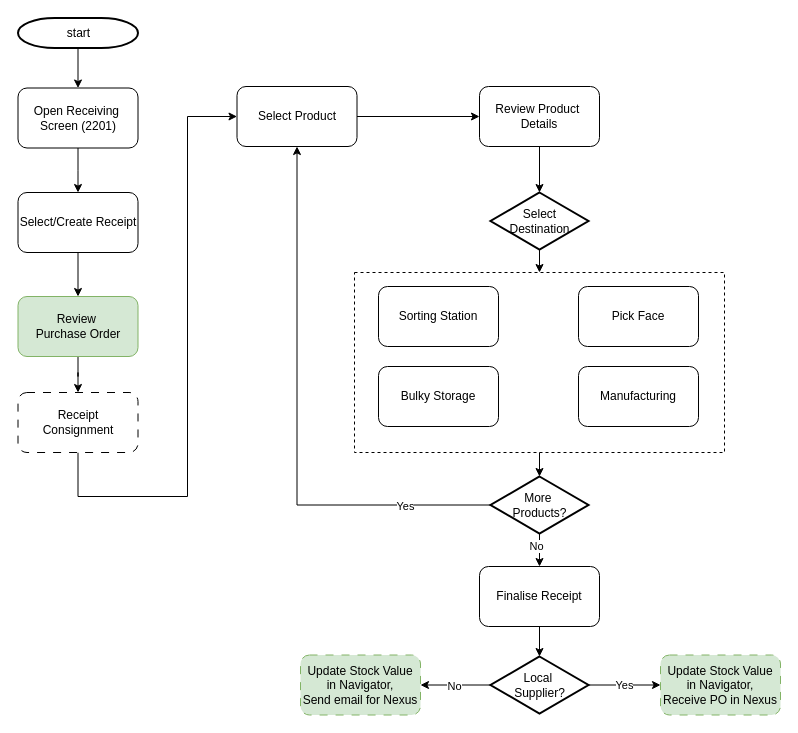
Before: Receiving.drawio in ZTomChen/NavigatorFlowcharts, a draw.io diagram. Source tidied: cells renumbered, new cells numbered last; positions are measured from the earlier drawing's top-left corner, leaving out a move shared by most shapes. Both pictures are drawn from the tidied source at 100%, with x=0, y=0 at pixel (18, 18).
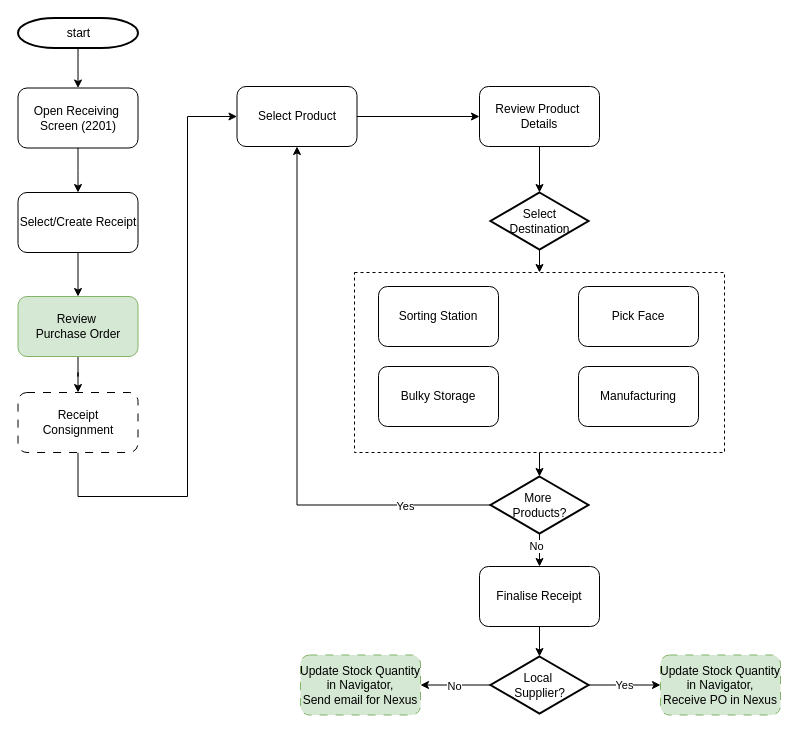
Above is the later version.

What changed in the source:
```diff
@@
-    <mxCell id="35" value="&lt;span style=&quot;text-wrap-mode: nowrap;&quot;&gt;Update Stock Value&lt;/span&gt;&lt;div&gt;&lt;span style=&quot;text-wrap-mode: nowrap;&quot;&gt;in Navigator,&lt;/span&gt;&lt;/div&gt;&lt;div&gt;&lt;span style=&quot;text-wrap-mode: nowrap;&quot;&gt;Send email for Nexus&lt;/span&gt;&lt;/div&gt;" style="rounded=1;whiteSpace=wrap;html=1;dashed=1;dashPattern=8 8;fillColor=#d5e8d4;strokeColor=#82b366;" parent="1" vertex="1">
+    <mxCell id="35" value="&lt;span style=&quot;text-wrap-mode: nowrap;&quot;&gt;Update Stock Quantity&lt;/span&gt;&lt;div&gt;&lt;span style=&quot;text-wrap-mode: nowrap;&quot;&gt;in Navigator,&lt;/span&gt;&lt;/div&gt;&lt;div&gt;&lt;span style=&quot;text-wrap-mode: nowrap;&quot;&gt;Send email for Nexus&lt;/span&gt;&lt;/div&gt;" style="rounded=1;whiteSpace=wrap;html=1;dashed=1;dashPattern=8 8;fillColor=#d5e8d4;strokeColor=#82b366;" parent="1" vertex="1">
       <mxGeometry x="282" y="636.5" width="120" height="60" as="geometry" />
     </mxCell>
-    <mxCell id="36" value="&lt;span style=&quot;text-wrap-mode: nowrap;&quot;&gt;Update Stock Value&lt;/span&gt;&lt;div&gt;&lt;span style=&quot;text-wrap-mode: nowrap;&quot;&gt;in Navigator,&lt;/span&gt;&lt;/div&gt;&lt;div&gt;&lt;span style=&quot;text-wrap-mode: nowrap;&quot;&gt;Receive PO in Nexus&lt;/span&gt;&lt;/div&gt;" style="rounded=1;whiteSpace=wrap;html=1;dashed=1;dashPattern=8 8;fillColor=#d5e8d4;strokeColor=#82b366;" parent="1" vertex="1">
+    <mxCell id="36" value="&lt;span style=&quot;text-wrap-mode: nowrap;&quot;&gt;Update Stock Quantity&lt;/span&gt;&lt;div&gt;&lt;span style=&quot;text-wrap-mode: nowrap;&quot;&gt;in Navigator,&lt;/span&gt;&lt;/div&gt;&lt;div&gt;&lt;span style=&quot;text-wrap-mode: nowrap;&quot;&gt;Receive PO in Nexus&lt;/span&gt;&lt;/div&gt;" style="rounded=1;whiteSpace=wrap;html=1;dashed=1;dashPattern=8 8;fillColor=#d5e8d4;strokeColor=#82b366;" parent="1" vertex="1">
       <mxGeometry x="642" y="636.5" width="120" height="60" as="geometry" />
     </mxCell>
```
